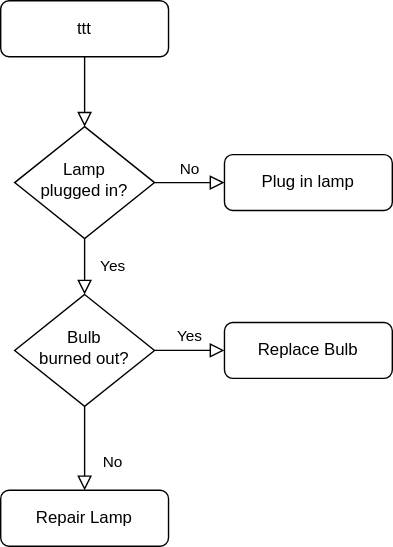
dev20220810/bright-light-ventures-ph-documentation keeps this draw.io diagram as Untitled Diagram.drawio.svg. Above is the earlier version. Source tidied: cells renumbered, new cells last; positions are measured from the earlier drawing's top-left corner, leaving out a move shared by most shapes.
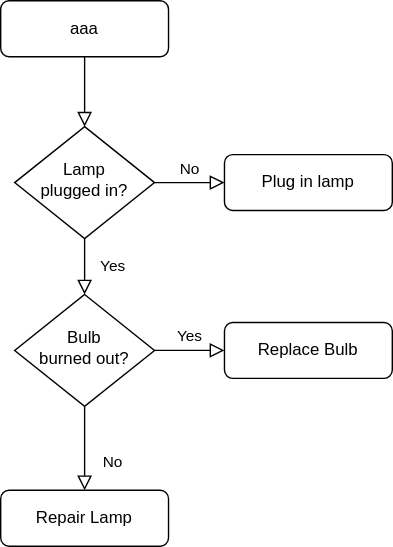
After the change.

Change to the diagram source:
```diff
@@ -5,7 +5,7 @@
     <mxCell id="2" style="rounded=0;html=1;jettySize=auto;fontSize=11;endArrow=block;endFill=0;endSize=8;strokeWidth=1;shadow=0;labelBackgroundColor=none;edgeStyle=orthogonalEdgeStyle;" parent="1" edge="1" source="3" target="6">
       <mxGeometry relative="1" as="geometry" />
     </mxCell>
-    <mxCell id="3" value="ttt" style="rounded=1;whiteSpace=wrap;html=1;fontSize=12;glass=0;strokeWidth=1;shadow=0;" parent="1" vertex="1">
+    <mxCell id="3" value="aaa" style="rounded=1;whiteSpace=wrap;html=1;fontSize=12;glass=0;strokeWidth=1;shadow=0;" parent="1" vertex="1">
       <mxGeometry width="120" height="40" as="geometry" />
     </mxCell>
     <mxCell id="4" value="Yes" style="rounded=0;html=1;jettySize=auto;fontSize=11;endArrow=block;endFill=0;endSize=8;strokeWidth=1;shadow=0;labelBackgroundColor=none;edgeStyle=orthogonalEdgeStyle;" parent="1" edge="1" source="6" target="10">
```
